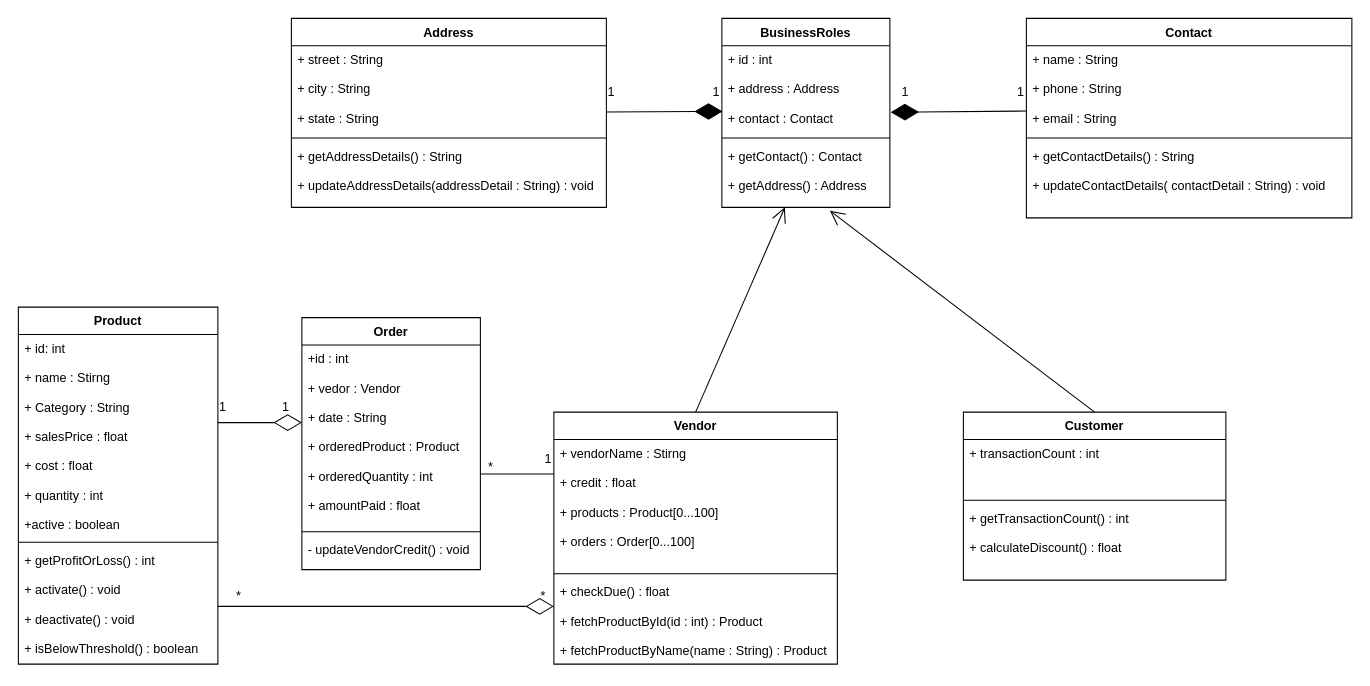
abdulashfaq/IMS-UML keeps this draw.io diagram as IMS class diagram.drawio. Above is the earlier version. Source tidied: cells renumbered, new cells numbered last; positions are measured from the earlier drawing's top-left corner, leaving out a move shared by most shapes. Both pictures are drawn from the tidied source at 105%, with x=0, y=0 at pixel (18, 18).
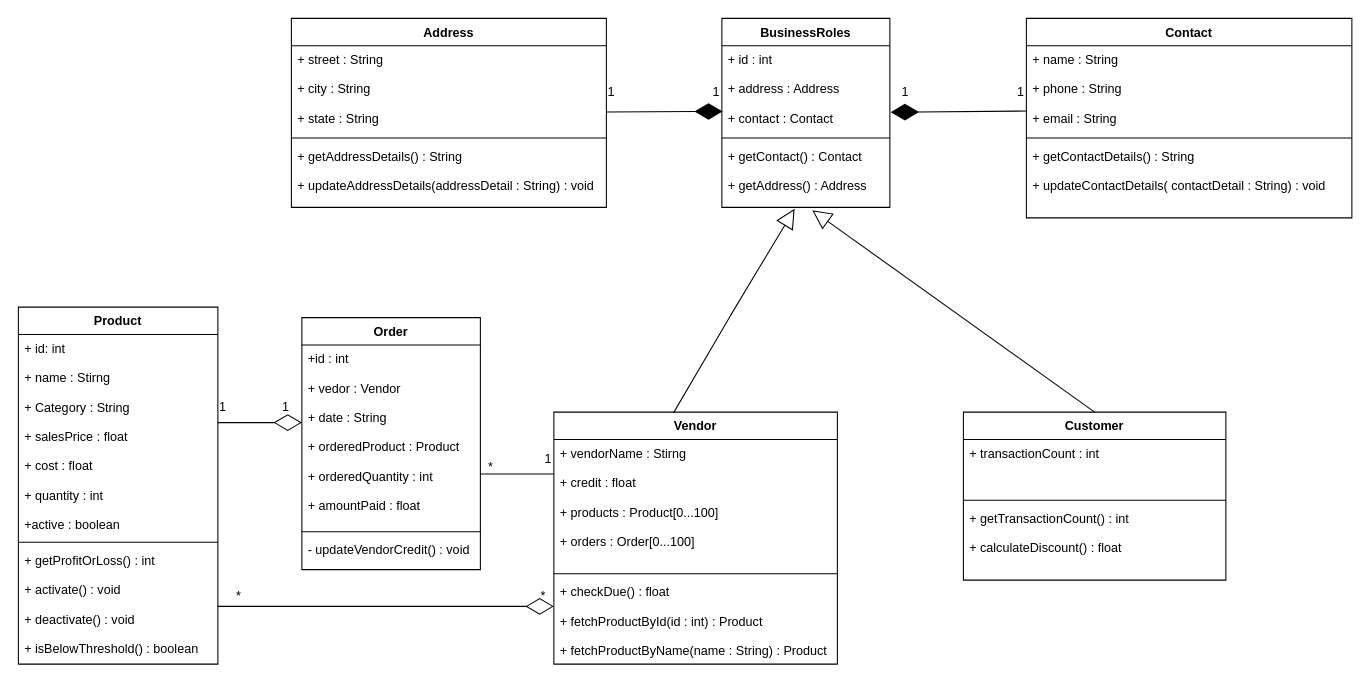
After the change.

Unchanged cells that the change refers to:
```xml
<mxCell id="10" value="Vendor" style="swimlane;fontStyle=1;align=center;verticalAlign=top;horizontal=1;startSize=26;" parent="1" vertex="1">
  <mxGeometry x="510" y="375" width="270" height="240" as="geometry" />
</mxCell>
<mxCell id="14" value="Customer" style="swimlane;fontStyle=1;align=center;verticalAlign=top;horizontal=1;startSize=26;" parent="1" vertex="1">
  <mxGeometry x="900" y="375" width="250" height="160" as="geometry" />
</mxCell>
<mxCell id="21" value="+ getContact() : Contact&#10;&#10;+ getAddress() : Address" style="text;strokeColor=none;fillColor=none;align=left;verticalAlign=top;spacingLeft=4;spacingRight=4;overflow=hidden;points=[[0,0.5],[1,0.5]];portConstraint=eastwest;" parent="18" vertex="1">
  <mxGeometry y="118" width="160" height="62" as="geometry" />
</mxCell>
```

What changed in the source:
```diff
@@
-    <mxCell id="39" style="endArrow=open;endFill=1;endSize=12;html=1;exitX=0.5;exitY=0;exitDx=0;exitDy=0;" parent="1" edge="1" source="10">
-      <mxGeometry relative="1" as="geometry">
-        <mxPoint x="730" y="180" as="targetPoint" />
-      </mxGeometry>
-    </mxCell>
-    <mxCell id="40" style="endArrow=open;endFill=1;endSize=12;html=1;entryX=0.643;entryY=1.052;entryDx=0;entryDy=0;entryPerimeter=0;exitX=0.5;exitY=0;exitDx=0;exitDy=0;" parent="1" edge="1" source="14" target="21">
-      <mxGeometry relative="1" as="geometry" />
-    </mxCell>
@@
+    <mxCell id="47" style="endArrow=block;endSize=16;endFill=0;html=1;entryX=0.433;entryY=1.023;entryDx=0;entryDy=0;entryPerimeter=0;exitX=0.422;exitY=0.003;exitDx=0;exitDy=0;exitPerimeter=0;" parent="1" edge="1" source="10" target="21">
+      <mxGeometry relative="1" as="geometry">
+        <Array as="points">
+          <mxPoint x="680" y="280" />
+        </Array>
+      </mxGeometry>
+    </mxCell>
+    <mxCell id="40" style="endArrow=block;endSize=16;endFill=0;html=1;entryX=0.538;entryY=1.044;entryDx=0;entryDy=0;entryPerimeter=0;exitX=0.5;exitY=0;exitDx=0;exitDy=0;" parent="1" edge="1" source="14" target="21">
+      <mxGeometry relative="1" as="geometry" />
+    </mxCell>
```
